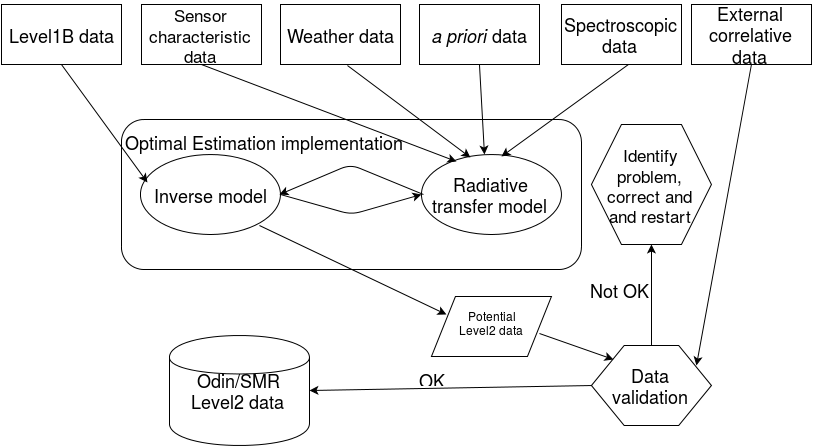
Odin-SMR/docs keeps this draw.io diagram as RBD/level2-overview.png. Above is the earlier version. Source tidied: cells renumbered, new cells last; positions are measured from the earlier drawing's top-left corner, leaving out a move shared by most shapes. Source of this version:
```xml
<mxGraphModel>
  <root>
    <mxCell id="0" />
    <mxCell id="1" parent="0" />
    <mxCell id="2" style="rounded=1;whiteSpace=wrap;html=1;gradientColor=none;" parent="1" vertex="1">
      <mxGeometry x="120" y="115" width="460" height="150" as="geometry" />
    </mxCell>
    <mxCell id="3" value="&lt;font style=&quot;font-size: 18px&quot;&gt;Odin/SMR Level2 data&lt;br&gt;&lt;/font&gt;" style="shape=cylinder;whiteSpace=wrap;html=1;" parent="1" vertex="1">
      <mxGeometry x="168" y="331" width="140" height="110" as="geometry" />
    </mxCell>
    <mxCell id="4" value="&lt;font style=&quot;font-size: 18px&quot;&gt;Inverse model&lt;br&gt;&lt;/font&gt;" style="ellipse;whiteSpace=wrap;html=1;" parent="1" vertex="1">
      <mxGeometry x="139" y="150" width="140" height="80" as="geometry" />
    </mxCell>
    <mxCell id="5" value="&lt;font style=&quot;font-size: 18px&quot;&gt;Level1B data&lt;br&gt;&lt;/font&gt;" style="whiteSpace=wrap;html=1;" parent="1" vertex="1">
      <mxGeometry width="120" height="60" as="geometry" />
    </mxCell>
    <mxCell id="6" value="Sensor characteristic data&lt;br&gt;" style="whiteSpace=wrap;html=1;fontSize=17;" parent="1" vertex="1">
      <mxGeometry x="140" width="120" height="60" as="geometry" />
    </mxCell>
    <mxCell id="7" value="&lt;font style=&quot;font-size: 18px&quot;&gt;Radiative transfer model&lt;br&gt;&lt;/font&gt;" style="ellipse;whiteSpace=wrap;html=1;" parent="1" vertex="1">
      <mxGeometry x="420" y="150" width="140" height="80" as="geometry" />
    </mxCell>
    <mxCell id="8" style="endArrow=classic;html=1;entryX=1;entryY=0.5;" parent="1" edge="1">
      <mxGeometry x="288" y="170" as="geometry">
        <mxPoint x="422" y="190" as="sourcePoint" />
        <mxPoint x="278" y="190" as="targetPoint" />
        <Array as="points">
          <mxPoint x="349" y="160" />
        </Array>
      </mxGeometry>
    </mxCell>
    <mxCell id="9" value="&lt;font style=&quot;font-size: 18px&quot;&gt;Data validation&lt;br&gt;&lt;/font&gt;" style="shape=hexagon;perimeter=hexagonPerimeter;whiteSpace=wrap;html=1;size=0.27291666666666664;" parent="1" vertex="1">
      <mxGeometry x="590" y="341" width="120" height="80" as="geometry" />
    </mxCell>
    <mxCell id="10" value="&lt;font style=&quot;font-size: 18px&quot;&gt;Weather data&lt;br&gt;&lt;/font&gt;" style="whiteSpace=wrap;html=1;" parent="1" vertex="1">
      <mxGeometry x="279" width="120" height="60" as="geometry" />
    </mxCell>
    <mxCell id="11" value="&lt;font style=&quot;font-size: 18px&quot;&gt;&lt;i&gt;a priori&lt;/i&gt; data&lt;br&gt;&lt;/font&gt;" style="whiteSpace=wrap;html=1;" parent="1" vertex="1">
      <mxGeometry x="418" width="120" height="60" as="geometry" />
    </mxCell>
    <mxCell id="12" value="&lt;font style=&quot;font-size: 18px&quot;&gt;Spectroscopic data&lt;br&gt;&lt;/font&gt;" style="whiteSpace=wrap;html=1;" parent="1" vertex="1">
      <mxGeometry x="560" width="120" height="60" as="geometry" />
    </mxCell>
    <mxCell id="13" value="&lt;font style=&quot;font-size: 18px&quot;&gt;External correlative data&lt;br&gt;&lt;/font&gt;" style="whiteSpace=wrap;html=1;fontSize=17;" parent="1" vertex="1">
      <mxGeometry x="690" width="120" height="60" as="geometry" />
    </mxCell>
    <mxCell id="14" style="endArrow=classic;html=1;exitX=0.558;exitY=1.017;exitPerimeter=0;entryX=0.35;entryY=0.038;entryPerimeter=0;" parent="1" edge="1" source="10" target="7">
      <mxGeometry x="356" y="71" as="geometry" />
    </mxCell>
    <mxCell id="15" style="endArrow=classic;html=1;exitX=0.5;exitY=1;entryX=0.45;entryY=0;entryPerimeter=0;" parent="1" edge="1" source="11" target="7">
      <mxGeometry x="488" y="70" as="geometry" />
    </mxCell>
    <mxCell id="16" style="endArrow=classic;html=1;exitX=0.558;exitY=1;exitPerimeter=0;entryX=0.571;entryY=0.025;entryPerimeter=0;" parent="1" edge="1" source="12" target="7">
      <mxGeometry x="510" y="70" as="geometry" />
    </mxCell>
    <mxCell id="17" style="endArrow=classic;html=1;exitX=0.5;exitY=1;entryX=0.25;entryY=0.088;entryPerimeter=0;" parent="1" edge="1" source="6" target="7">
      <mxGeometry x="210" y="70" as="geometry" />
    </mxCell>
    <mxCell id="18" style="endArrow=classic;html=1;exitX=0.5;exitY=1;entryX=0.05;entryY=0.35;entryPerimeter=0;" parent="1" edge="1" source="5" target="4">
      <mxGeometry x="70" y="70" as="geometry" />
    </mxCell>
    <mxCell id="19" value="&lt;font style=&quot;font-size: 18px&quot;&gt;Optimal Estimation implementation&lt;br&gt;&lt;/font&gt;" style="text;html=1;fontSize=17;" parent="1" vertex="1">
      <mxGeometry x="121" y="120" width="149" height="40" as="geometry" />
    </mxCell>
    <mxCell id="20" style="endArrow=classic;html=1;exitX=0.5;exitY=1;entryX=0.875;entryY=0.25;entryPerimeter=0;" parent="1" edge="1" source="13" target="9">
      <mxGeometry x="705" y="70" as="geometry" />
    </mxCell>
    <mxCell id="21" style="endArrow=classic;html=1;entryX=0.183;entryY=0.175;entryPerimeter=0;exitX=0.9;exitY=0.617;exitPerimeter=0;" parent="1" edge="1" source="26" target="9">
      <mxGeometry x="548" y="339" as="geometry" />
    </mxCell>
    <mxCell id="22" style="endArrow=classic;html=1;exitX=0;exitY=0.5;entryX=1;entryY=0.5;" parent="1" edge="1" source="9" target="3">
      <mxGeometry x="318" y="391" as="geometry" />
    </mxCell>
    <mxCell id="23" value="&lt;font style=&quot;font-size: 18px&quot;&gt;OK&lt;/font&gt;" style="text;html=1;strokeColor=none;fillColor=none;align=center;verticalAlign=middle;whiteSpace=wrap;overflow=hidden;" parent="1" vertex="1">
      <mxGeometry x="410" y="361" width="40" height="20" as="geometry" />
    </mxCell>
    <mxCell id="24" value="&lt;font style=&quot;font-size: 18px&quot;&gt;Not OK&lt;br&gt;&lt;/font&gt;" style="text;html=1;strokeColor=none;fillColor=none;align=center;verticalAlign=middle;whiteSpace=wrap;overflow=hidden;" parent="1" vertex="1">
      <mxGeometry x="585" y="270" width="65" height="30" as="geometry" />
    </mxCell>
    <mxCell id="25" style="endArrow=classic;html=1;exitX=1;exitY=0.5;entryX=0;entryY=0.5;" parent="1" edge="1" source="4" target="7">
      <mxGeometry x="289" y="200" as="geometry">
        <Array as="points">
          <mxPoint x="350" y="210" />
        </Array>
      </mxGeometry>
    </mxCell>
    <mxCell id="26" style="shape=parallelogram;whiteSpace=wrap;html=1;" parent="1" vertex="1">
      <mxGeometry x="430" y="292" width="120" height="60" as="geometry" />
    </mxCell>
    <mxCell id="27" style="endArrow=classic;html=1;exitX=1;exitY=1;entryX=0.125;entryY=0.25;entryPerimeter=0;" parent="1" edge="1">
      <mxGeometry x="268" y="231" as="geometry">
        <mxPoint x="258" y="221" as="sourcePoint" />
        <mxPoint x="445" y="310" as="targetPoint" />
      </mxGeometry>
    </mxCell>
    <mxCell id="28" value="Potential Level2 data&lt;br&gt;" style="text;html=1;strokeColor=none;fillColor=none;align=center;verticalAlign=middle;whiteSpace=wrap;overflow=hidden;" parent="1" vertex="1">
      <mxGeometry x="450" y="297" width="80" height="40" as="geometry" />
    </mxCell>
    <mxCell id="29" value="Identify problem,&lt;br&gt;correct and&lt;br&gt;and restart&lt;br&gt;" style="shape=hexagon;perimeter=hexagonPerimeter;whiteSpace=wrap;html=1;fontSize=17;" parent="1" vertex="1">
      <mxGeometry x="590" y="120" width="120" height="120" as="geometry" />
    </mxCell>
    <mxCell id="30" style="endArrow=classic;html=1;exitX=0.5;exitY=0;entryX=0.5;entryY=1;" parent="1" edge="1" source="9" target="29">
      <mxGeometry x="660" y="250" as="geometry" />
    </mxCell>
  </root>
</mxGraphModel>
```
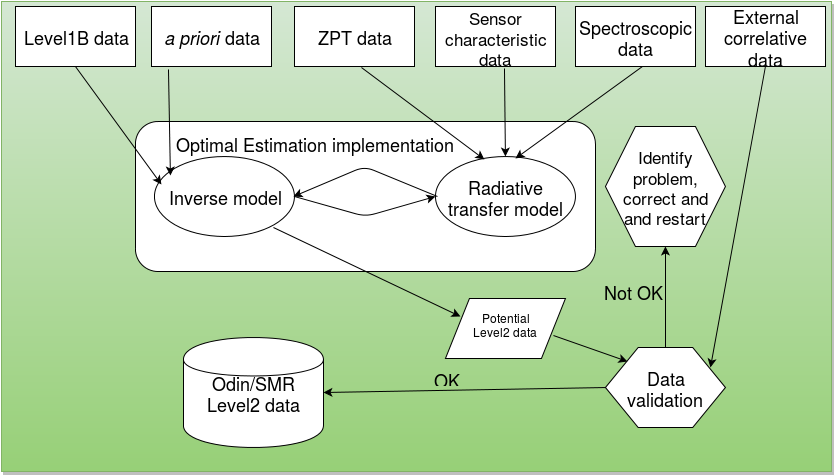
After the change.

The edit, as a diff of the source:
```diff
@@ -2,105 +2,110 @@
   <root>
     <mxCell id="0" />
     <mxCell id="1" parent="0" />
-    <mxCell id="2" style="rounded=1;whiteSpace=wrap;html=1;gradientColor=none;" parent="1" vertex="1">
-      <mxGeometry x="120" y="115" width="460" height="150" as="geometry" />
+    <mxCell id="2" style="text;html=1;strokeColor=#82B366;fillColor=#D5E8D4;align=center;verticalAlign=middle;whiteSpace=wrap;overflow=hidden;shadow=1;fontFamily=Helvetica;fontSize=12;fontColor=#000000;gradientColor=#97D077;" parent="1" vertex="1">
+      <mxGeometry x="-14" y="-5" width="830" height="470" as="geometry" />
     </mxCell>
-    <mxCell id="3" value="&lt;font style=&quot;font-size: 18px&quot;&gt;Odin/SMR Level2 data&lt;br&gt;&lt;/font&gt;" style="shape=cylinder;whiteSpace=wrap;html=1;" parent="1" vertex="1">
-      <mxGeometry x="168" y="331" width="140" height="110" as="geometry" />
+    <mxCell id="3" style="rounded=1;whiteSpace=wrap;html=1;gradientColor=none;" parent="1" vertex="1">
+      <mxGeometry x="120" y="115" width="460" height="150" as="geometry" />
     </mxCell>
-    <mxCell id="4" value="&lt;font style=&quot;font-size: 18px&quot;&gt;Inverse model&lt;br&gt;&lt;/font&gt;" style="ellipse;whiteSpace=wrap;html=1;" parent="1" vertex="1">
-      <mxGeometry x="139" y="150" width="140" height="80" as="geometry" />
+    <mxCell id="4" value="&lt;font style=&quot;font-size: 18px&quot;&gt;Odin/SMR Level2 data&lt;br&gt;&lt;/font&gt;" style="shape=cylinder;whiteSpace=wrap;html=1;" parent="1" vertex="1">
+      <mxGeometry x="168" y="331" width="140" height="110" as="geometry" />
     </mxCell>
-    <mxCell id="5" value="&lt;font style=&quot;font-size: 18px&quot;&gt;Level1B data&lt;br&gt;&lt;/font&gt;" style="whiteSpace=wrap;html=1;" parent="1" vertex="1">
-      <mxGeometry width="120" height="60" as="geometry" />
+    <mxCell id="5" value="&lt;font style=&quot;font-size: 18px&quot;&gt;Inverse model&lt;br&gt;&lt;/font&gt;" style="ellipse;whiteSpace=wrap;html=1;" parent="1" vertex="1">
+      <mxGeometry x="139" y="150" width="140" height="80" as="geometry" />
     </mxCell>
-    <mxCell id="6" value="Sensor characteristic data&lt;br&gt;" style="whiteSpace=wrap;html=1;fontSize=17;" parent="1" vertex="1">
-      <mxGeometry x="140" width="120" height="60" as="geometry" />
+    <mxCell id="6" value="&lt;font style=&quot;font-size: 18px&quot;&gt;Level1B data&lt;br&gt;&lt;/font&gt;" style="whiteSpace=wrap;html=1;" parent="1" vertex="1">
+      <mxGeometry width="120" height="60" as="geometry" />
     </mxCell>
-    <mxCell id="7" value="&lt;font style=&quot;font-size: 18px&quot;&gt;Radiative transfer model&lt;br&gt;&lt;/font&gt;" style="ellipse;whiteSpace=wrap;html=1;" parent="1" vertex="1">
-      <mxGeometry x="420" y="150" width="140" height="80" as="geometry" />
+    <mxCell id="7" value="Sensor characteristic data&lt;br&gt;" style="whiteSpace=wrap;html=1;fontSize=17;" parent="1" vertex="1">
+      <mxGeometry x="420" width="120" height="60" as="geometry" />
     </mxCell>
-    <mxCell id="8" style="endArrow=classic;html=1;entryX=1;entryY=0.5;" parent="1" edge="1">
-      <mxGeometry x="288" y="170" as="geometry">
-        <mxPoint x="422" y="190" as="sourcePoint" />
-        <mxPoint x="278" y="190" as="targetPoint" />
-        <Array as="points">
-          <mxPoint x="349" y="160" />
-        </Array>
-      </mxGeometry>
+    <mxCell id="8" value="&lt;font style=&quot;font-size: 18px&quot;&gt;Radiative transfer model&lt;br&gt;&lt;/font&gt;" style="ellipse;whiteSpace=wrap;html=1;" parent="1" vertex="1">
+      <mxGeometry x="420" y="150" width="140" height="80" as="geometry" />
     </mxCell>
-    <mxCell id="9" value="&lt;font style=&quot;font-size: 18px&quot;&gt;Data validation&lt;br&gt;&lt;/font&gt;" style="shape=hexagon;perimeter=hexagonPerimeter;whiteSpace=wrap;html=1;size=0.27291666666666664;" parent="1" vertex="1">
-      <mxGeometry x="590" y="341" width="120" height="80" as="geometry" />
+    <mxCell id="9" style="endArrow=classic;html=1;entryX=1;entryY=0.5;" parent="1" edge="1">
+      <mxGeometry x="288" y="170" as="geometry">
+        <mxPoint x="422" y="190" as="sourcePoint" />
+        <mxPoint x="278" y="190" as="targetPoint" />
+        <Array as="points">
+          <mxPoint x="349" y="160" />
+        </Array>
+      </mxGeometry>
     </mxCell>
-    <mxCell id="10" value="&lt;font style=&quot;font-size: 18px&quot;&gt;Weather data&lt;br&gt;&lt;/font&gt;" style="whiteSpace=wrap;html=1;" parent="1" vertex="1">
-      <mxGeometry x="279" width="120" height="60" as="geometry" />
+    <mxCell id="10" value="&lt;font style=&quot;font-size: 18px&quot;&gt;Data validation&lt;br&gt;&lt;/font&gt;" style="shape=hexagon;perimeter=hexagonPerimeter;whiteSpace=wrap;html=1;size=0.27291666666666664;" parent="1" vertex="1">
+      <mxGeometry x="590" y="341" width="120" height="80" as="geometry" />
     </mxCell>
-    <mxCell id="11" value="&lt;font style=&quot;font-size: 18px&quot;&gt;&lt;i&gt;a priori&lt;/i&gt; data&lt;br&gt;&lt;/font&gt;" style="whiteSpace=wrap;html=1;" parent="1" vertex="1">
-      <mxGeometry x="418" width="120" height="60" as="geometry" />
+    <mxCell id="11" value="&lt;font style=&quot;font-size: 18px&quot;&gt;ZPT data&lt;br&gt;&lt;/font&gt;" style="whiteSpace=wrap;html=1;" parent="1" vertex="1">
+      <mxGeometry x="279" width="120" height="60" as="geometry" />
     </mxCell>
-    <mxCell id="12" value="&lt;font style=&quot;font-size: 18px&quot;&gt;Spectroscopic data&lt;br&gt;&lt;/font&gt;" style="whiteSpace=wrap;html=1;" parent="1" vertex="1">
-      <mxGeometry x="560" width="120" height="60" as="geometry" />
+    <mxCell id="12" value="&lt;font style=&quot;font-size: 18px&quot;&gt;&lt;i&gt;a priori&lt;/i&gt; data&lt;br&gt;&lt;/font&gt;" style="whiteSpace=wrap;html=1;" parent="1" vertex="1">
+      <mxGeometry x="136" width="120" height="60" as="geometry" />
     </mxCell>
-    <mxCell id="13" value="&lt;font style=&quot;font-size: 18px&quot;&gt;External correlative data&lt;br&gt;&lt;/font&gt;" style="whiteSpace=wrap;html=1;fontSize=17;" parent="1" vertex="1">
-      <mxGeometry x="690" width="120" height="60" as="geometry" />
+    <mxCell id="13" value="&lt;font style=&quot;font-size: 18px&quot;&gt;Spectroscopic data&lt;br&gt;&lt;/font&gt;" style="whiteSpace=wrap;html=1;" parent="1" vertex="1">
+      <mxGeometry x="560" width="120" height="60" as="geometry" />
     </mxCell>
-    <mxCell id="14" style="endArrow=classic;html=1;exitX=0.558;exitY=1.017;exitPerimeter=0;entryX=0.35;entryY=0.038;entryPerimeter=0;" parent="1" edge="1" source="10" target="7">
-      <mxGeometry x="356" y="71" as="geometry" />
+    <mxCell id="14" value="&lt;font style=&quot;font-size: 18px&quot;&gt;External correlative data&lt;br&gt;&lt;/font&gt;" style="whiteSpace=wrap;html=1;fontSize=17;" parent="1" vertex="1">
+      <mxGeometry x="690" width="120" height="60" as="geometry" />
     </mxCell>
-    <mxCell id="15" style="endArrow=classic;html=1;exitX=0.5;exitY=1;entryX=0.45;entryY=0;entryPerimeter=0;" parent="1" edge="1" source="11" target="7">
-      <mxGeometry x="488" y="70" as="geometry" />
+    <mxCell id="15" style="endArrow=classic;html=1;exitX=0.558;exitY=1.017;exitPerimeter=0;entryX=0.35;entryY=0.038;entryPerimeter=0;" parent="1" edge="1" source="11" target="8">
+      <mxGeometry x="356" y="71" as="geometry" />
     </mxCell>
-    <mxCell id="16" style="endArrow=classic;html=1;exitX=0.558;exitY=1;exitPerimeter=0;entryX=0.571;entryY=0.025;entryPerimeter=0;" parent="1" edge="1" source="12" target="7">
-      <mxGeometry x="510" y="70" as="geometry" />
+    <mxCell id="16" style="endArrow=classic;html=1;exitX=0.142;exitY=1.05;entryX=0.114;entryY=0.238;entryPerimeter=0;exitPerimeter=0;" parent="1" edge="1" source="12" target="5">
+      <mxGeometry x="163" y="73" as="geometry" />
     </mxCell>
-    <mxCell id="17" style="endArrow=classic;html=1;exitX=0.5;exitY=1;entryX=0.25;entryY=0.088;entryPerimeter=0;" parent="1" edge="1" source="6" target="7">
-      <mxGeometry x="210" y="70" as="geometry" />
+    <mxCell id="17" style="endArrow=classic;html=1;exitX=0.558;exitY=1;exitPerimeter=0;entryX=0.571;entryY=0.025;entryPerimeter=0;" parent="1" edge="1" source="13" target="8">
+      <mxGeometry x="510" y="70" as="geometry" />
     </mxCell>
-    <mxCell id="18" style="endArrow=classic;html=1;exitX=0.5;exitY=1;entryX=0.05;entryY=0.35;entryPerimeter=0;" parent="1" edge="1" source="5" target="4">
-      <mxGeometry x="70" y="70" as="geometry" />
+    <mxCell id="18" style="endArrow=classic;html=1;exitX=0.575;exitY=1.033;entryX=0.5;entryY=0;exitPerimeter=0;" parent="1" edge="1" source="7">
+      <mxGeometry x="499" y="72" as="geometry">
+        <mxPoint x="490" y="150" as="targetPoint" />
+      </mxGeometry>
     </mxCell>
-    <mxCell id="19" value="&lt;font style=&quot;font-size: 18px&quot;&gt;Optimal Estimation implementation&lt;br&gt;&lt;/font&gt;" style="text;html=1;fontSize=17;" parent="1" vertex="1">
-      <mxGeometry x="121" y="120" width="149" height="40" as="geometry" />
+    <mxCell id="19" style="endArrow=classic;html=1;exitX=0.5;exitY=1;entryX=0.05;entryY=0.35;entryPerimeter=0;" parent="1" edge="1" source="6" target="5">
+      <mxGeometry x="70" y="70" as="geometry" />
     </mxCell>
-    <mxCell id="20" style="endArrow=classic;html=1;exitX=0.5;exitY=1;entryX=0.875;entryY=0.25;entryPerimeter=0;" parent="1" edge="1" source="13" target="9">
-      <mxGeometry x="705" y="70" as="geometry" />
+    <mxCell id="20" value="&lt;font style=&quot;font-size: 18px&quot;&gt;Optimal Estimation implementation&lt;br&gt;&lt;/font&gt;" style="text;html=1;fontSize=17;" parent="1" vertex="1">
+      <mxGeometry x="158" y="120" width="149" height="40" as="geometry" />
     </mxCell>
-    <mxCell id="21" style="endArrow=classic;html=1;entryX=0.183;entryY=0.175;entryPerimeter=0;exitX=0.9;exitY=0.617;exitPerimeter=0;" parent="1" edge="1" source="26" target="9">
-      <mxGeometry x="548" y="339" as="geometry" />
+    <mxCell id="21" style="endArrow=classic;html=1;exitX=0.5;exitY=1;entryX=0.875;entryY=0.25;entryPerimeter=0;" parent="1" edge="1" source="14" target="10">
+      <mxGeometry x="705" y="70" as="geometry" />
     </mxCell>
-    <mxCell id="22" style="endArrow=classic;html=1;exitX=0;exitY=0.5;entryX=1;entryY=0.5;" parent="1" edge="1" source="9" target="3">
-      <mxGeometry x="318" y="391" as="geometry" />
+    <mxCell id="22" style="endArrow=classic;html=1;entryX=0.183;entryY=0.175;entryPerimeter=0;exitX=0.9;exitY=0.617;exitPerimeter=0;" parent="1" edge="1" source="27" target="10">
+      <mxGeometry x="548" y="339" as="geometry" />
     </mxCell>
-    <mxCell id="23" value="&lt;font style=&quot;font-size: 18px&quot;&gt;OK&lt;/font&gt;" style="text;html=1;strokeColor=none;fillColor=none;align=center;verticalAlign=middle;whiteSpace=wrap;overflow=hidden;" parent="1" vertex="1">
-      <mxGeometry x="410" y="361" width="40" height="20" as="geometry" />
+    <mxCell id="23" style="endArrow=classic;html=1;exitX=0;exitY=0.5;entryX=1;entryY=0.5;" parent="1" edge="1" source="10" target="4">
+      <mxGeometry x="318" y="391" as="geometry" />
     </mxCell>
-    <mxCell id="24" value="&lt;font style=&quot;font-size: 18px&quot;&gt;Not OK&lt;br&gt;&lt;/font&gt;" style="text;html=1;strokeColor=none;fillColor=none;align=center;verticalAlign=middle;whiteSpace=wrap;overflow=hidden;" parent="1" vertex="1">
-      <mxGeometry x="585" y="270" width="65" height="30" as="geometry" />
+    <mxCell id="24" value="&lt;font style=&quot;font-size: 18px&quot;&gt;OK&lt;/font&gt;" style="text;html=1;strokeColor=none;fillColor=none;align=center;verticalAlign=middle;whiteSpace=wrap;overflow=hidden;" parent="1" vertex="1">
+      <mxGeometry x="410" y="361" width="40" height="20" as="geometry" />
     </mxCell>
-    <mxCell id="25" style="endArrow=classic;html=1;exitX=1;exitY=0.5;entryX=0;entryY=0.5;" parent="1" edge="1" source="4" target="7">
-      <mxGeometry x="289" y="200" as="geometry">
-        <Array as="points">
-          <mxPoint x="350" y="210" />
-        </Array>
-      </mxGeometry>
+    <mxCell id="25" value="&lt;font style=&quot;font-size: 18px&quot;&gt;Not OK&lt;br&gt;&lt;/font&gt;" style="text;html=1;strokeColor=none;fillColor=none;align=center;verticalAlign=middle;whiteSpace=wrap;overflow=hidden;" parent="1" vertex="1">
+      <mxGeometry x="585" y="270" width="65" height="30" as="geometry" />
     </mxCell>
-    <mxCell id="26" style="shape=parallelogram;whiteSpace=wrap;html=1;" parent="1" vertex="1">
-      <mxGeometry x="430" y="292" width="120" height="60" as="geometry" />
+    <mxCell id="26" style="endArrow=classic;html=1;exitX=1;exitY=0.5;entryX=0;entryY=0.5;" parent="1" edge="1" source="5" target="8">
+      <mxGeometry x="289" y="200" as="geometry">
+        <Array as="points">
+          <mxPoint x="350" y="210" />
+        </Array>
+      </mxGeometry>
     </mxCell>
-    <mxCell id="27" style="endArrow=classic;html=1;exitX=1;exitY=1;entryX=0.125;entryY=0.25;entryPerimeter=0;" parent="1" edge="1">
-      <mxGeometry x="268" y="231" as="geometry">
-        <mxPoint x="258" y="221" as="sourcePoint" />
-        <mxPoint x="445" y="310" as="targetPoint" />
-      </mxGeometry>
+    <mxCell id="27" style="shape=parallelogram;whiteSpace=wrap;html=1;" parent="1" vertex="1">
+      <mxGeometry x="430" y="292" width="120" height="60" as="geometry" />
     </mxCell>
-    <mxCell id="28" value="Potential Level2 data&lt;br&gt;" style="text;html=1;strokeColor=none;fillColor=none;align=center;verticalAlign=middle;whiteSpace=wrap;overflow=hidden;" parent="1" vertex="1">
-      <mxGeometry x="450" y="297" width="80" height="40" as="geometry" />
+    <mxCell id="28" style="endArrow=classic;html=1;exitX=1;exitY=1;entryX=0.125;entryY=0.25;entryPerimeter=0;" parent="1" edge="1">
+      <mxGeometry x="268" y="231" as="geometry">
+        <mxPoint x="258" y="221" as="sourcePoint" />
+        <mxPoint x="445" y="310" as="targetPoint" />
+      </mxGeometry>
     </mxCell>
-    <mxCell id="29" value="Identify problem,&lt;br&gt;correct and&lt;br&gt;and restart&lt;br&gt;" style="shape=hexagon;perimeter=hexagonPerimeter;whiteSpace=wrap;html=1;fontSize=17;" parent="1" vertex="1">
-      <mxGeometry x="590" y="120" width="120" height="120" as="geometry" />
+    <mxCell id="29" value="Potential Level2 data&lt;br&gt;" style="text;html=1;strokeColor=none;fillColor=none;align=center;verticalAlign=middle;whiteSpace=wrap;overflow=hidden;" parent="1" vertex="1">
+      <mxGeometry x="450" y="297" width="80" height="40" as="geometry" />
     </mxCell>
-    <mxCell id="30" style="endArrow=classic;html=1;exitX=0.5;exitY=0;entryX=0.5;entryY=1;" parent="1" edge="1" source="9" target="29">
-      <mxGeometry x="660" y="250" as="geometry" />
+    <mxCell id="30" value="Identify problem,&lt;br&gt;correct and&lt;br&gt;and restart&lt;br&gt;" style="shape=hexagon;perimeter=hexagonPerimeter;whiteSpace=wrap;html=1;fontSize=17;" parent="1" vertex="1">
+      <mxGeometry x="590" y="120" width="120" height="120" as="geometry" />
     </mxCell>
+    <mxCell id="31" style="endArrow=classic;html=1;exitX=0.5;exitY=0;entryX=0.5;entryY=1;" parent="1" edge="1" source="10" target="30">
+      <mxGeometry x="660" y="250" as="geometry" />
+    </mxCell>
   </root>
 </mxGraphModel>
```
